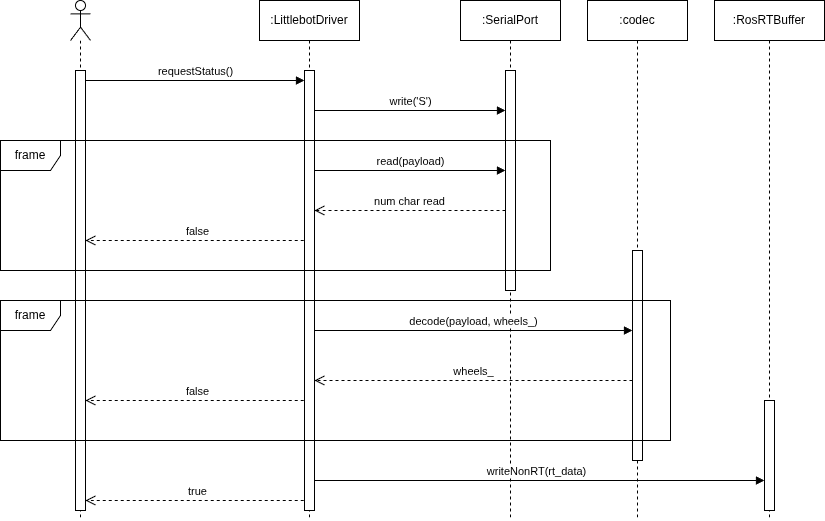
Before: docs/figures/littlebot_driver_sequence_request.png, a diagram exported from draw.io (NestorDP/littlebot). Source tidied: cells renumbered, new cells last; positions are measured from the earlier drawing's top-left corner, leaving out a move shared by most shapes. Source of this version:
```xml
<mxGraphModel>
  <root>
    <mxCell id="0" />
    <mxCell id="1" parent="0" />
    <mxCell id="2" style="shape=umlLifeline;perimeter=lifelinePerimeter;whiteSpace=wrap;html=1;newEdgeStyle={&quot;curved&quot;:0,&quot;rounded&quot;:0};participant=umlActor;" parent="1" vertex="1">
      <mxGeometry x="70" width="20" height="520" as="geometry" />
    </mxCell>
    <mxCell id="3" style="html=1;points=[[0,0,0,0,5],[0,1,0,0,-5],[1,0,0,0,5],[1,1,0,0,-5]];perimeter=orthogonalPerimeter;outlineConnect=0;targetShapes=umlLifeline;portConstraint=eastwest;newEdgeStyle={&quot;curved&quot;:0,&quot;rounded&quot;:0};" parent="2" vertex="1">
      <mxGeometry x="5" y="70" width="10" height="440" as="geometry" />
    </mxCell>
    <mxCell id="4" value=":LittlebotDriver" style="shape=umlLifeline;perimeter=lifelinePerimeter;whiteSpace=wrap;html=1;newEdgeStyle={&quot;curved&quot;:0,&quot;rounded&quot;:0};" parent="1" vertex="1">
      <mxGeometry x="259" width="100" height="520" as="geometry" />
    </mxCell>
    <mxCell id="5" value=":codec" style="shape=umlLifeline;perimeter=lifelinePerimeter;whiteSpace=wrap;html=1;newEdgeStyle={&quot;curved&quot;:0,&quot;rounded&quot;:0};" parent="1" vertex="1">
      <mxGeometry x="587" width="100" height="520" as="geometry" />
    </mxCell>
    <mxCell id="6" value="true" style="html=1;verticalAlign=bottom;endArrow=open;dashed=1;endSize=8;curved=0;rounded=0;" parent="1" edge="1" target="3">
      <mxGeometry relative="1" as="geometry">
        <mxPoint x="309.2" y="500" as="sourcePoint" />
      </mxGeometry>
    </mxCell>
    <mxCell id="7" value="requestStatus()" style="html=1;verticalAlign=bottom;endArrow=block;curved=0;rounded=0;" parent="1" edge="1" source="3" target="21">
      <mxGeometry relative="1" as="geometry">
        <Array as="points">
          <mxPoint x="170" y="80" />
        </Array>
      </mxGeometry>
    </mxCell>
    <mxCell id="8" value=":SerialPort" style="shape=umlLifeline;perimeter=lifelinePerimeter;whiteSpace=wrap;html=1;newEdgeStyle={&quot;curved&quot;:0,&quot;rounded&quot;:0};" parent="1" vertex="1">
      <mxGeometry x="460" width="100" height="520" as="geometry" />
    </mxCell>
    <mxCell id="9" value="write('S')" style="html=1;verticalAlign=bottom;endArrow=block;curved=0;rounded=0;" parent="1" edge="1" source="21" target="19">
      <mxGeometry relative="1" as="geometry">
        <Array as="points">
          <mxPoint x="341" y="110" />
        </Array>
      </mxGeometry>
    </mxCell>
    <mxCell id="10" value="decode(payload, wheels_)" style="html=1;verticalAlign=bottom;endArrow=block;curved=0;rounded=0;" parent="1" edge="1" source="21" target="20">
      <mxGeometry relative="1" as="geometry">
        <Array as="points">
          <mxPoint x="341" y="330" />
        </Array>
      </mxGeometry>
    </mxCell>
    <mxCell id="11" value="num char read" style="html=1;verticalAlign=bottom;endArrow=open;dashed=1;endSize=8;curved=0;rounded=0;" parent="1" edge="1" source="19">
      <mxGeometry relative="1" as="geometry">
        <mxPoint x="314" y="210" as="targetPoint" />
      </mxGeometry>
    </mxCell>
    <mxCell id="12" value="wheels_" style="html=1;verticalAlign=bottom;endArrow=open;dashed=1;endSize=8;curved=0;rounded=0;" parent="1" edge="1">
      <mxGeometry relative="1" as="geometry">
        <mxPoint x="632" y="380" as="sourcePoint" />
        <mxPoint x="314" y="380" as="targetPoint" />
      </mxGeometry>
    </mxCell>
    <mxCell id="13" value=":RosRTBuffer" style="shape=umlLifeline;perimeter=lifelinePerimeter;whiteSpace=wrap;html=1;newEdgeStyle={&quot;curved&quot;:0,&quot;rounded&quot;:0};" parent="1" vertex="1">
      <mxGeometry x="714" width="110" height="520" as="geometry" />
    </mxCell>
    <mxCell id="14" style="html=1;points=[[0,0,0,0,5],[0,1,0,0,-5],[1,0,0,0,5],[1,1,0,0,-5]];perimeter=orthogonalPerimeter;outlineConnect=0;targetShapes=umlLifeline;portConstraint=eastwest;newEdgeStyle={&quot;curved&quot;:0,&quot;rounded&quot;:0};" parent="13" vertex="1">
      <mxGeometry x="50" y="400" width="10" height="110" as="geometry" />
    </mxCell>
    <mxCell id="15" value="writeNonRT(rt_data)" style="html=1;verticalAlign=bottom;endArrow=block;curved=0;rounded=0;" parent="1" edge="1" target="14">
      <mxGeometry relative="1" as="geometry">
        <mxPoint x="308.3" y="480" as="sourcePoint" />
        <Array as="points">
          <mxPoint x="361" y="480" />
        </Array>
      </mxGeometry>
    </mxCell>
    <mxCell id="16" value="read(payload)" style="html=1;verticalAlign=bottom;endArrow=block;curved=0;rounded=0;" parent="1" edge="1">
      <mxGeometry x="0.01" relative="1" as="geometry">
        <mxPoint x="314" y="170" as="sourcePoint" />
        <mxPoint x="505" y="170" as="targetPoint" />
        <Array as="points">
          <mxPoint x="450" y="170" />
        </Array>
      </mxGeometry>
    </mxCell>
    <mxCell id="17" value="false" style="html=1;verticalAlign=bottom;endArrow=open;dashed=1;endSize=8;curved=0;rounded=0;" parent="1" edge="1" target="3">
      <mxGeometry relative="1" as="geometry">
        <mxPoint x="309.2" y="240" as="sourcePoint" />
      </mxGeometry>
    </mxCell>
    <mxCell id="18" value="false" style="html=1;verticalAlign=bottom;endArrow=open;dashed=1;endSize=8;curved=0;rounded=0;" parent="1" edge="1" target="3">
      <mxGeometry relative="1" as="geometry">
        <mxPoint x="309.2" y="400" as="sourcePoint" />
      </mxGeometry>
    </mxCell>
    <mxCell id="19" style="html=1;points=[[0,0,0,0,5],[0,1,0,0,-5],[1,0,0,0,5],[1,1,0,0,-5]];perimeter=orthogonalPerimeter;outlineConnect=0;targetShapes=umlLifeline;portConstraint=eastwest;newEdgeStyle={&quot;curved&quot;:0,&quot;rounded&quot;:0};" parent="1" vertex="1">
      <mxGeometry x="505" y="70" width="10" height="220" as="geometry" />
    </mxCell>
    <mxCell id="20" style="html=1;points=[[0,0,0,0,5],[0,1,0,0,-5],[1,0,0,0,5],[1,1,0,0,-5]];perimeter=orthogonalPerimeter;outlineConnect=0;targetShapes=umlLifeline;portConstraint=eastwest;newEdgeStyle={&quot;curved&quot;:0,&quot;rounded&quot;:0};" parent="1" vertex="1">
      <mxGeometry x="632" y="250" width="10" height="210" as="geometry" />
    </mxCell>
    <mxCell id="21" style="html=1;points=[[0,0,0,0,5],[0,1,0,0,-5],[1,0,0,0,5],[1,1,0,0,-5]];perimeter=orthogonalPerimeter;outlineConnect=0;targetShapes=umlLifeline;portConstraint=eastwest;newEdgeStyle={&quot;curved&quot;:0,&quot;rounded&quot;:0};" parent="1" vertex="1">
      <mxGeometry x="304" y="70" width="10" height="440" as="geometry" />
    </mxCell>
    <mxCell id="22" value="frame" style="shape=umlFrame;whiteSpace=wrap;html=1;" parent="1" vertex="1">
      <mxGeometry y="140" width="550" height="130" as="geometry" />
    </mxCell>
    <mxCell id="23" value="frame" style="shape=umlFrame;whiteSpace=wrap;html=1;" parent="1" vertex="1">
      <mxGeometry y="300" width="670" height="140" as="geometry" />
    </mxCell>
  </root>
</mxGraphModel>
```
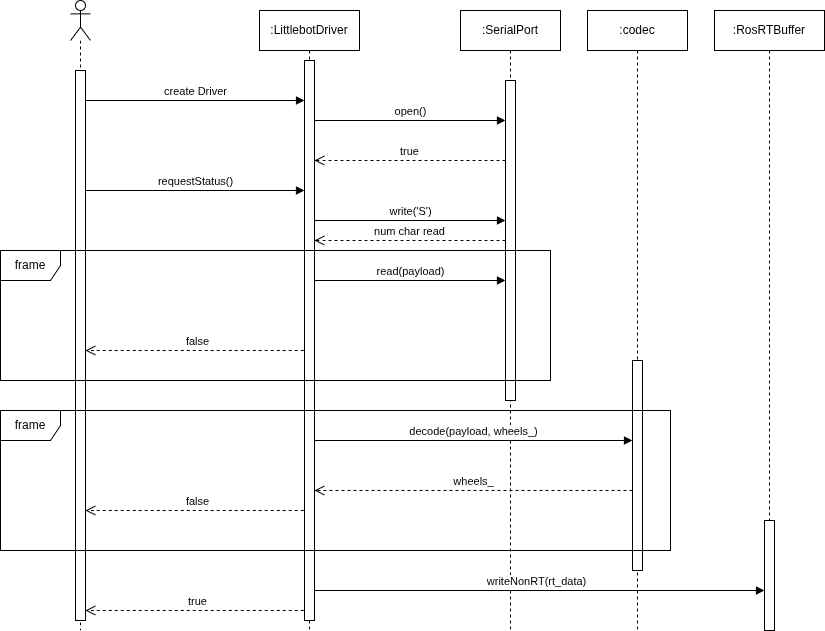
Above is the later version.

What changed in the source:
```diff
@@ -3,16 +3,16 @@
     <mxCell id="0" />
     <mxCell id="1" parent="0" />
     <mxCell id="2" style="shape=umlLifeline;perimeter=lifelinePerimeter;whiteSpace=wrap;html=1;newEdgeStyle={&quot;curved&quot;:0,&quot;rounded&quot;:0};participant=umlActor;" parent="1" vertex="1">
-      <mxGeometry x="70" width="20" height="520" as="geometry" />
+      <mxGeometry x="70" y="-110" width="20" height="630" as="geometry" />
     </mxCell>
     <mxCell id="3" style="html=1;points=[[0,0,0,0,5],[0,1,0,0,-5],[1,0,0,0,5],[1,1,0,0,-5]];perimeter=orthogonalPerimeter;outlineConnect=0;targetShapes=umlLifeline;portConstraint=eastwest;newEdgeStyle={&quot;curved&quot;:0,&quot;rounded&quot;:0};" parent="2" vertex="1">
-      <mxGeometry x="5" y="70" width="10" height="440" as="geometry" />
+      <mxGeometry x="5" y="70" width="10" height="550" as="geometry" />
     </mxCell>
     <mxCell id="4" value=":LittlebotDriver" style="shape=umlLifeline;perimeter=lifelinePerimeter;whiteSpace=wrap;html=1;newEdgeStyle={&quot;curved&quot;:0,&quot;rounded&quot;:0};" parent="1" vertex="1">
-      <mxGeometry x="259" width="100" height="520" as="geometry" />
+      <mxGeometry x="259" y="-100" width="100" height="620" as="geometry" />
     </mxCell>
     <mxCell id="5" value=":codec" style="shape=umlLifeline;perimeter=lifelinePerimeter;whiteSpace=wrap;html=1;newEdgeStyle={&quot;curved&quot;:0,&quot;rounded&quot;:0};" parent="1" vertex="1">
-      <mxGeometry x="587" width="100" height="520" as="geometry" />
+      <mxGeometry x="587" y="-100" width="100" height="620" as="geometry" />
     </mxCell>
     <mxCell id="6" value="true" style="html=1;verticalAlign=bottom;endArrow=open;dashed=1;endSize=8;curved=0;rounded=0;" parent="1" edge="1" target="3">
       <mxGeometry relative="1" as="geometry">
@@ -27,7 +27,7 @@
       </mxGeometry>
     </mxCell>
     <mxCell id="8" value=":SerialPort" style="shape=umlLifeline;perimeter=lifelinePerimeter;whiteSpace=wrap;html=1;newEdgeStyle={&quot;curved&quot;:0,&quot;rounded&quot;:0};" parent="1" vertex="1">
-      <mxGeometry x="460" width="100" height="520" as="geometry" />
+      <mxGeometry x="460" y="-100" width="100" height="620" as="geometry" />
     </mxCell>
     <mxCell id="9" value="write('S')" style="html=1;verticalAlign=bottom;endArrow=block;curved=0;rounded=0;" parent="1" edge="1" source="21" target="19">
       <mxGeometry relative="1" as="geometry">
@@ -43,9 +43,10 @@
         </Array>
       </mxGeometry>
     </mxCell>
-    <mxCell id="11" value="num char read" style="html=1;verticalAlign=bottom;endArrow=open;dashed=1;endSize=8;curved=0;rounded=0;" parent="1" edge="1" source="19">
+    <mxCell id="11" value="true" style="html=1;verticalAlign=bottom;endArrow=open;dashed=1;endSize=8;curved=0;rounded=0;" parent="1" edge="1">
       <mxGeometry relative="1" as="geometry">
-        <mxPoint x="314" y="210" as="targetPoint" />
+        <mxPoint x="505" y="50" as="sourcePoint" />
+        <mxPoint x="314" y="50" as="targetPoint" />
       </mxGeometry>
     </mxCell>
     <mxCell id="12" value="wheels_" style="html=1;verticalAlign=bottom;endArrow=open;dashed=1;endSize=8;curved=0;rounded=0;" parent="1" edge="1">
@@ -55,10 +56,10 @@
       </mxGeometry>
     </mxCell>
     <mxCell id="13" value=":RosRTBuffer" style="shape=umlLifeline;perimeter=lifelinePerimeter;whiteSpace=wrap;html=1;newEdgeStyle={&quot;curved&quot;:0,&quot;rounded&quot;:0};" parent="1" vertex="1">
-      <mxGeometry x="714" width="110" height="520" as="geometry" />
+      <mxGeometry x="714" y="-100" width="110" height="620" as="geometry" />
     </mxCell>
     <mxCell id="14" style="html=1;points=[[0,0,0,0,5],[0,1,0,0,-5],[1,0,0,0,5],[1,1,0,0,-5]];perimeter=orthogonalPerimeter;outlineConnect=0;targetShapes=umlLifeline;portConstraint=eastwest;newEdgeStyle={&quot;curved&quot;:0,&quot;rounded&quot;:0};" parent="13" vertex="1">
-      <mxGeometry x="50" y="400" width="10" height="110" as="geometry" />
+      <mxGeometry x="50" y="510" width="10" height="110" as="geometry" />
     </mxCell>
     <mxCell id="15" value="writeNonRT(rt_data)" style="html=1;verticalAlign=bottom;endArrow=block;curved=0;rounded=0;" parent="1" edge="1" target="14">
       <mxGeometry relative="1" as="geometry">
@@ -88,13 +89,13 @@
       </mxGeometry>
     </mxCell>
     <mxCell id="19" style="html=1;points=[[0,0,0,0,5],[0,1,0,0,-5],[1,0,0,0,5],[1,1,0,0,-5]];perimeter=orthogonalPerimeter;outlineConnect=0;targetShapes=umlLifeline;portConstraint=eastwest;newEdgeStyle={&quot;curved&quot;:0,&quot;rounded&quot;:0};" parent="1" vertex="1">
-      <mxGeometry x="505" y="70" width="10" height="220" as="geometry" />
+      <mxGeometry x="505" y="-30" width="10" height="320" as="geometry" />
     </mxCell>
     <mxCell id="20" style="html=1;points=[[0,0,0,0,5],[0,1,0,0,-5],[1,0,0,0,5],[1,1,0,0,-5]];perimeter=orthogonalPerimeter;outlineConnect=0;targetShapes=umlLifeline;portConstraint=eastwest;newEdgeStyle={&quot;curved&quot;:0,&quot;rounded&quot;:0};" parent="1" vertex="1">
       <mxGeometry x="632" y="250" width="10" height="210" as="geometry" />
     </mxCell>
     <mxCell id="21" style="html=1;points=[[0,0,0,0,5],[0,1,0,0,-5],[1,0,0,0,5],[1,1,0,0,-5]];perimeter=orthogonalPerimeter;outlineConnect=0;targetShapes=umlLifeline;portConstraint=eastwest;newEdgeStyle={&quot;curved&quot;:0,&quot;rounded&quot;:0};" parent="1" vertex="1">
-      <mxGeometry x="304" y="70" width="10" height="440" as="geometry" />
+      <mxGeometry x="304" y="-50" width="10" height="560" as="geometry" />
     </mxCell>
     <mxCell id="22" value="frame" style="shape=umlFrame;whiteSpace=wrap;html=1;" parent="1" vertex="1">
       <mxGeometry y="140" width="550" height="130" as="geometry" />
@@ -102,5 +103,24 @@
     <mxCell id="23" value="frame" style="shape=umlFrame;whiteSpace=wrap;html=1;" parent="1" vertex="1">
       <mxGeometry y="300" width="670" height="140" as="geometry" />
     </mxCell>
+    <mxCell id="24" value="create Driver" style="html=1;verticalAlign=bottom;endArrow=block;curved=0;rounded=0;" parent="1" edge="1">
+      <mxGeometry relative="1" as="geometry">
+        <mxPoint x="85" y="-10" as="sourcePoint" />
+        <mxPoint x="304" y="-10" as="targetPoint" />
+        <Array as="points">
+          <mxPoint x="170" y="-10" />
+        </Array>
+      </mxGeometry>
+    </mxCell>
+    <mxCell id="25" value="open()" style="html=1;verticalAlign=bottom;endArrow=block;curved=0;rounded=0;" parent="1" edge="1" source="21" target="19">
+      <mxGeometry relative="1" as="geometry">
+        <Array as="points">
+          <mxPoint x="399" y="10" />
+        </Array>
+      </mxGeometry>
+    </mxCell>
+    <mxCell id="26" value="num char read" style="html=1;verticalAlign=bottom;endArrow=open;dashed=1;endSize=8;curved=0;rounded=0;" parent="1" edge="1" source="19" target="21">
+      <mxGeometry relative="1" as="geometry" />
+    </mxCell>
   </root>
 </mxGraphModel>
```
